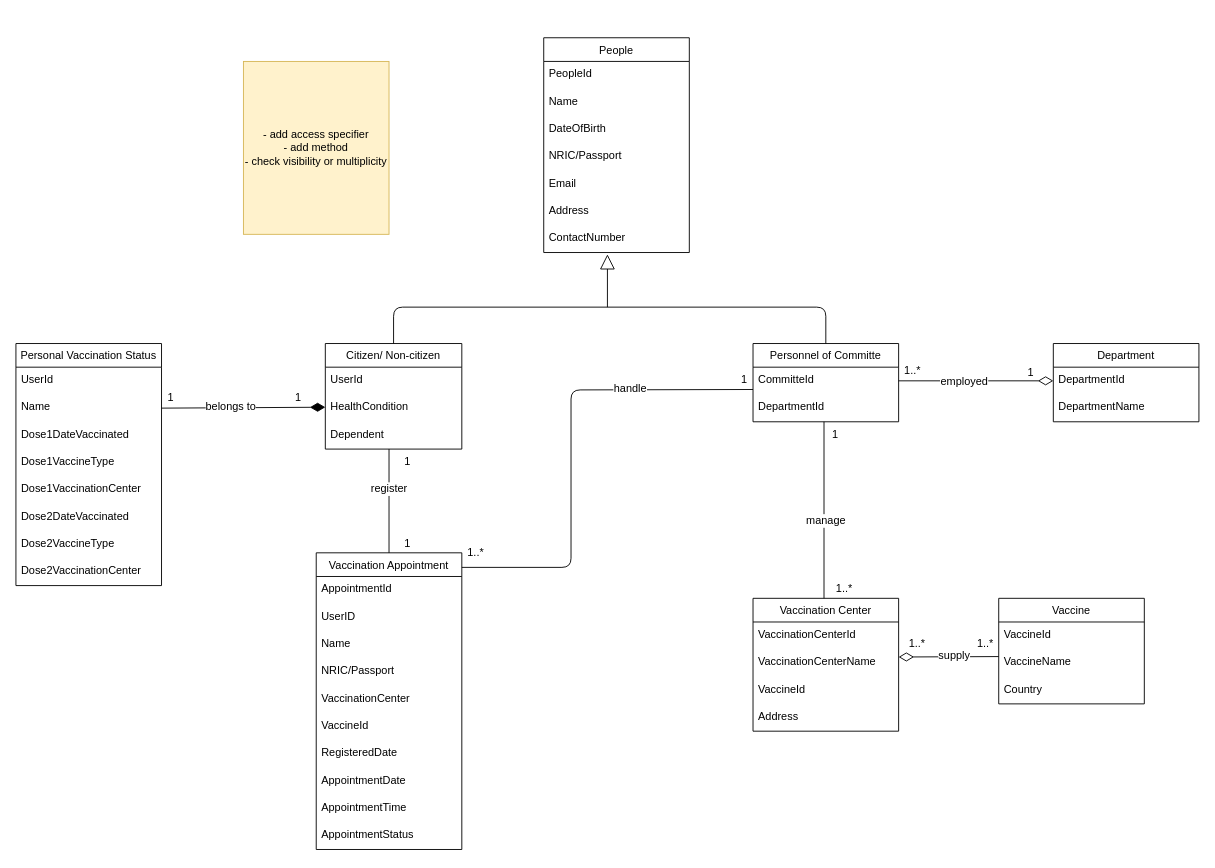
Earlier version of the draw.io diagram page "Class Diagram" (1 of 2) of Diagram/Class Diagram.drawio (lydia0423/Covid-19-Vaccination-Registration-System). Source tidied: cells renumbered, new cells numbered last; positions are measured from the earlier drawing's top-left corner, leaving out a move shared by most shapes. Both pictures are drawn from the tidied source at 91%, with x=0, y=0 at pixel (15, 37).
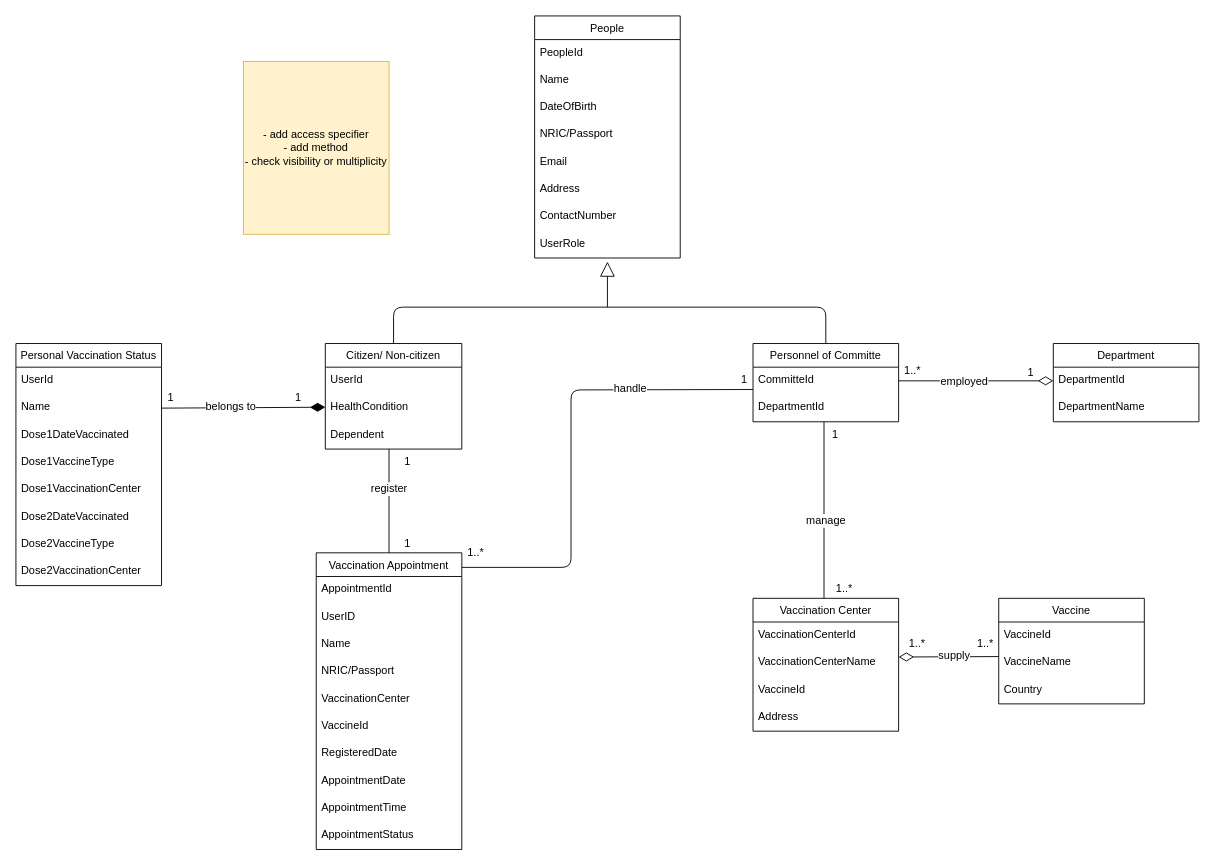
The same page after the edit.

What changed in the source:
```diff
@@
     <mxCell id="29" value="People" style="swimlane;fontStyle=0;horizontal=1;startSize=26;align=center;fontSize=12;hachureGap=4;" parent="1" vertex="1">
-      <mxGeometry x="580" width="160" height="236" as="geometry" />
+      <mxGeometry x="570" y="-24" width="160" height="266" as="geometry" />
     </mxCell>
@@
+    <mxCell id="75" value="UserRole" style="text;strokeColor=none;fillColor=none;spacingLeft=4;spacingRight=4;overflow=hidden;fontSize=12;" parent="29" vertex="1">
+      <mxGeometry y="236" width="160" height="30" as="geometry" />
+    </mxCell>
@@
     <mxCell id="41" style="endArrow=block;html=1;fontSize=12;startSize=14;endSize=14;sourcePerimeterSpacing=8;targetPerimeterSpacing=8;endFill=0;strokeWidth=1;" parent="1" edge="1">
       <mxGeometry relative="1" as="geometry">
         <mxPoint x="650" y="296" as="sourcePoint" />
-        <mxPoint x="650" y="238" as="targetPoint" />
+        <mxPoint x="650" y="246" as="targetPoint" />
       </mxGeometry>
     </mxCell>
```
